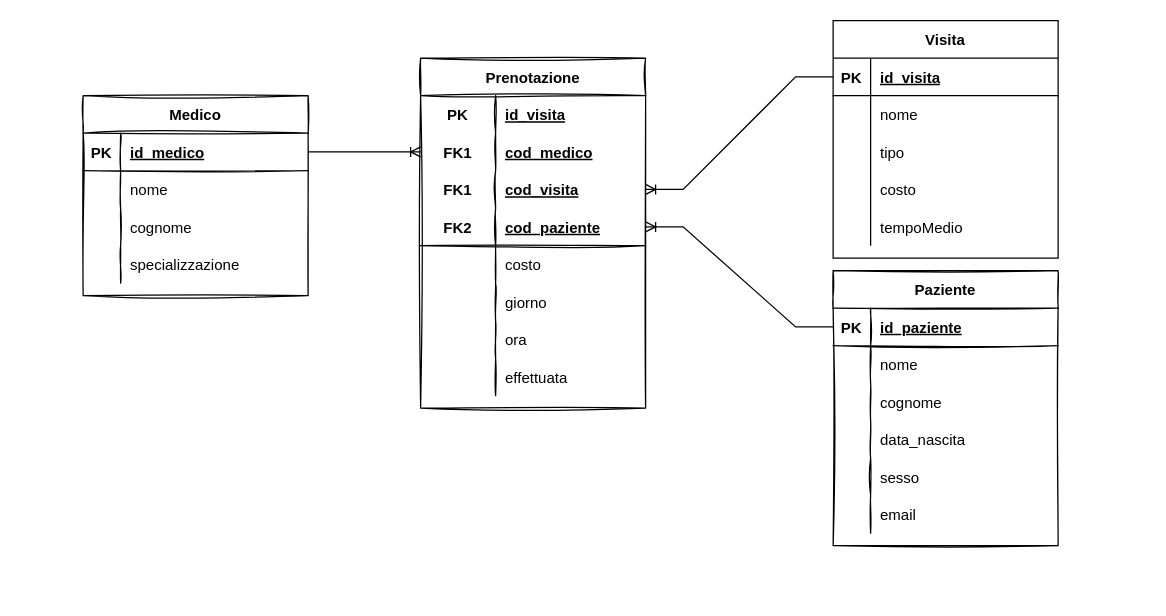
Above: SM.drawio in Alby7503/Studio-Medico (draw.io), before the change. Source tidied: cells renumbered, new cells numbered last; positions are measured from the earlier drawing's top-left corner, leaving out a move shared by most shapes. Both pictures are drawn from the tidied source at 125%, with x=0, y=0 at pixel (82, 20).
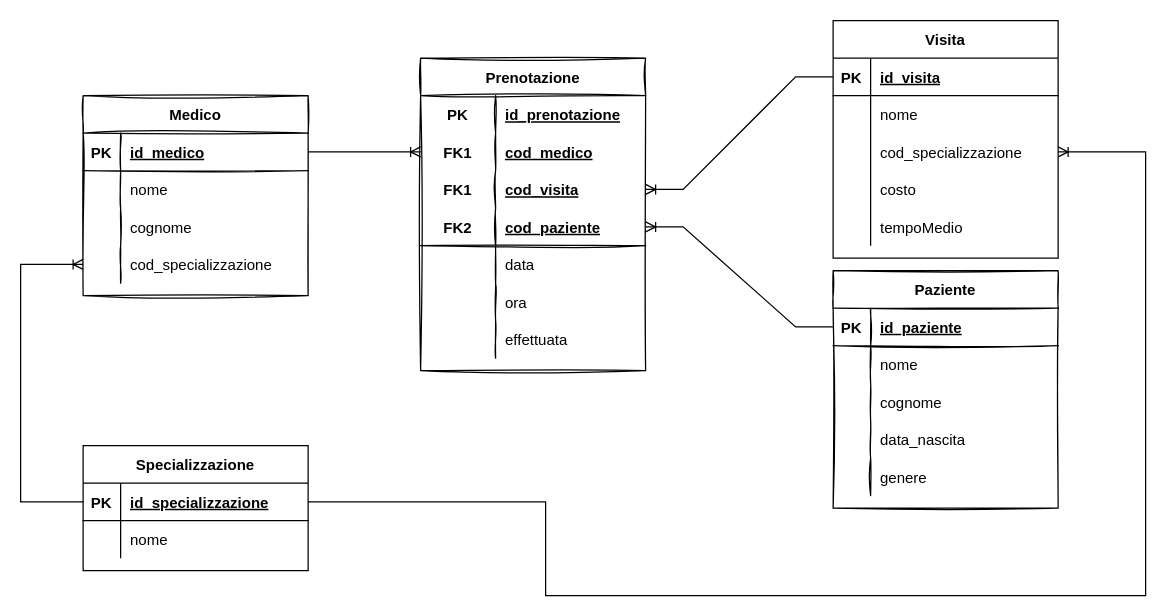
After the change.

The change refers to these unchanged cells:
```xml
<mxCell id="12" style="shape=partialRectangle;fillColor=none;top=0;left=0;bottom=0;right=0;points=[[0,0.5],[1,0.5]];portConstraint=eastwest;sketch=1;" parent="2" vertex="1">
  <mxGeometry y="120" width="180" height="30" as="geometry" />
</mxCell>
<mxCell id="16" style="shape=partialRectangle;fillColor=none;top=0;left=0;bottom=0;right=0;sketch=1;" parent="15" vertex="1">
  <mxGeometry y="30" width="180" height="30" as="geometry" />
</mxCell>
<mxCell id="53" style="shape=partialRectangle;fillColor=none;top=0;left=0;bottom=0;right=0;sketch=1;" parent="40" vertex="1">
  <mxGeometry y="150" width="180" height="30" as="geometry" />
</mxCell>
<mxCell id="66" style="shape=tableRow;horizontal=0;startSize=0;swimlaneHead=0;swimlaneBody=0;fillColor=none;points=[[0,0.5],[1,0.5]];portConstraint=eastwest;top=0;left=0;right=0;bottom=0;" parent="59" vertex="1">
  <mxGeometry y="90" width="180" height="30" as="geometry" />
</mxCell>
```

What changed in the source:
```diff
@@
-    <mxCell id="14" value="specializzazione" style="shape=partialRectangle;fillColor=none;top=0;left=0;bottom=0;right=0;align=left;spacingLeft=6;overflow=hidden;sketch=1;" parent="12" vertex="1">
+    <mxCell id="14" value="cod_specializzazione" style="shape=partialRectangle;fillColor=none;top=0;left=0;bottom=0;right=0;align=left;spacingLeft=6;overflow=hidden;sketch=1;" parent="12" vertex="1">
       <mxGeometry x="30" width="150" height="30" as="geometry" />
     </mxCell>
     <mxCell id="15" value="Prenotazione" style="shape=table;startSize=30;childLayout=tableLayout;rowLines=0;fontStyle=1;align=center;sketch=1;" parent="1" vertex="1">
-      <mxGeometry x="270" y="30" width="180" height="280" as="geometry" />
+      <mxGeometry x="270" y="30" width="180" height="250" as="geometry" />
     </mxCell>
@@
-    <mxCell id="18" value="id_visita" style="shape=partialRectangle;fillColor=none;top=0;left=0;bottom=0;right=0;align=left;spacingLeft=6;fontStyle=5;overflow=hidden;sketch=1;" parent="16" vertex="1">
+    <mxCell id="18" value="id_prenotazione" style="shape=partialRectangle;fillColor=none;top=0;left=0;bottom=0;right=0;align=left;spacingLeft=6;fontStyle=5;overflow=hidden;sketch=1;" parent="16" vertex="1">
       <mxGeometry x="60" width="120" height="30" as="geometry" />
     </mxCell>
@@
-    <mxCell id="28" style="shape=partialRectangle;fillColor=none;top=0;left=0;bottom=0;right=0;sketch=1;" parent="15" vertex="1">
-      <mxGeometry y="150" width="180" height="30" as="geometry" />
-    </mxCell>
-    <mxCell id="29" style="shape=partialRectangle;fillColor=none;top=0;left=0;bottom=0;right=0;overflow=hidden;sketch=1;" parent="28" vertex="1">
-      <mxGeometry width="60" height="30" as="geometry" />
-    </mxCell>
-    <mxCell id="30" value="costo" style="shape=partialRectangle;fillColor=none;top=0;left=0;bottom=0;right=0;align=left;spacingLeft=6;overflow=hidden;sketch=1;" parent="28" vertex="1">
-      <mxGeometry x="60" width="120" height="30" as="geometry" />
-    </mxCell>
     <mxCell id="31" style="shape=partialRectangle;fillColor=none;top=0;left=0;bottom=0;right=0;sketch=1;" parent="15" vertex="1">
-      <mxGeometry y="180" width="180" height="30" as="geometry" />
+      <mxGeometry y="150" width="180" height="30" as="geometry" />
     </mxCell>
@@
-    <mxCell id="33" value="giorno" style="shape=partialRectangle;fillColor=none;top=0;left=0;bottom=0;right=0;align=left;spacingLeft=6;overflow=hidden;sketch=1;" parent="31" vertex="1">
+    <mxCell id="33" value="data" style="shape=partialRectangle;fillColor=none;top=0;left=0;bottom=0;right=0;align=left;spacingLeft=6;overflow=hidden;sketch=1;" parent="31" vertex="1">
       <mxGeometry x="60" width="120" height="30" as="geometry" />
     </mxCell>
     <mxCell id="34" style="shape=partialRectangle;fillColor=none;top=0;left=0;bottom=0;right=0;sketch=1;" parent="15" vertex="1">
-      <mxGeometry y="210" width="180" height="30" as="geometry" />
+      <mxGeometry y="180" width="180" height="30" as="geometry" />
     </mxCell>
@@
     <mxCell id="37" style="shape=partialRectangle;fillColor=none;top=0;left=0;bottom=0;right=0;sketch=1;" parent="15" vertex="1">
-      <mxGeometry y="240" width="180" height="30" as="geometry" />
+      <mxGeometry y="210" width="180" height="30" as="geometry" />
     </mxCell>
@@
     <mxCell id="40" value="Paziente" style="shape=table;startSize=30;childLayout=tableLayout;rowLines=0;fontStyle=1;align=center;sketch=1;" parent="1" vertex="1">
-      <mxGeometry x="600" y="200" width="180" height="220" as="geometry" />
+      <mxGeometry x="600" y="200" width="180" height="190" as="geometry" />
     </mxCell>
@@
-    <mxCell id="55" value="sesso" style="shape=partialRectangle;fillColor=none;top=0;left=0;bottom=0;right=0;align=left;spacingLeft=6;overflow=hidden;sketch=1;" parent="53" vertex="1">
+    <mxCell id="55" value="genere" style="shape=partialRectangle;fillColor=none;top=0;left=0;bottom=0;right=0;align=left;spacingLeft=6;overflow=hidden;sketch=1;" parent="53" vertex="1">
       <mxGeometry x="30" width="150" height="30" as="geometry" />
     </mxCell>
-    <mxCell id="56" style="shape=partialRectangle;fillColor=none;top=0;left=0;bottom=0;right=0;sketch=1;" parent="40" vertex="1">
-      <mxGeometry y="180" width="180" height="30" as="geometry" />
-    </mxCell>
-    <mxCell id="57" style="shape=partialRectangle;fillColor=none;top=0;left=0;bottom=0;right=0;overflow=hidden;sketch=1;" parent="56" vertex="1">
-      <mxGeometry width="30" height="30" as="geometry" />
-    </mxCell>
-    <mxCell id="58" value="email" style="shape=partialRectangle;fillColor=none;top=0;left=0;bottom=0;right=0;align=left;spacingLeft=6;overflow=hidden;sketch=1;" parent="56" vertex="1">
-      <mxGeometry x="30" width="150" height="30" as="geometry" />
-    </mxCell>
@@
-    <mxCell id="68" value="tipo" style="shape=partialRectangle;fillColor=none;top=0;left=0;bottom=0;right=0;align=left;spacingLeft=6;overflow=hidden;" parent="66" vertex="1">
+    <mxCell id="68" value="cod_specializzazione" style="shape=partialRectangle;fillColor=none;top=0;left=0;bottom=0;right=0;align=left;spacingLeft=6;overflow=hidden;" parent="66" vertex="1">
       <mxGeometry x="30" width="150" height="30" as="geometry" />
     </mxCell>
@@
+    <mxCell id="78" value="Specializzazione" style="shape=table;startSize=30;childLayout=tableLayout;rowLines=0;fontStyle=1;align=center;" parent="1" vertex="1">
+      <mxGeometry y="340" width="180" height="100" as="geometry" />
+    </mxCell>
+    <mxCell id="79" style="shape=tableRow;horizontal=0;startSize=0;swimlaneHead=0;swimlaneBody=0;fillColor=none;points=[[0,0.5],[1,0.5]];portConstraint=eastwest;top=0;left=0;right=0;bottom=1;" parent="78" vertex="1">
+      <mxGeometry y="30" width="180" height="30" as="geometry" />
+    </mxCell>
+    <mxCell id="80" value="PK" style="shape=partialRectangle;fillColor=none;top=0;left=0;bottom=0;right=0;fontStyle=1;overflow=hidden;" parent="79" vertex="1">
+      <mxGeometry width="30" height="30" as="geometry" />
+    </mxCell>
+    <mxCell id="81" value="id_specializzazione" style="shape=partialRectangle;fillColor=none;top=0;left=0;bottom=0;right=0;align=left;spacingLeft=6;fontStyle=5;overflow=hidden;" parent="79" vertex="1">
+      <mxGeometry x="30" width="150" height="30" as="geometry" />
+    </mxCell>
+    <mxCell id="82" style="shape=tableRow;horizontal=0;startSize=0;swimlaneHead=0;swimlaneBody=0;fillColor=none;top=0;left=0;right=0;bottom=0;" parent="78" vertex="1">
+      <mxGeometry y="60" width="180" height="30" as="geometry" />
+    </mxCell>
+    <mxCell id="83" style="shape=partialRectangle;fillColor=none;top=0;left=0;bottom=0;right=0;overflow=hidden;" parent="82" vertex="1">
+      <mxGeometry width="30" height="30" as="geometry" />
+    </mxCell>
+    <mxCell id="84" value="nome" style="shape=partialRectangle;fillColor=none;top=0;left=0;bottom=0;right=0;align=left;spacingLeft=6;overflow=hidden;" parent="82" vertex="1">
+      <mxGeometry x="30" width="150" height="30" as="geometry" />
+    </mxCell>
+    <mxCell id="85" style="edgeStyle=orthogonalEdgeStyle;fontSize=12;html=1;endArrow=ERoneToMany;rounded=0;exitX=0;exitY=0.5;exitDx=0;exitDy=0;entryX=0;entryY=0.5;entryDx=0;entryDy=0;" parent="1" edge="1" source="79" target="12">
+      <mxGeometry relative="1" as="geometry">
+        <Array as="points">
+          <mxPoint x="-50" y="385" />
+          <mxPoint x="-50" y="195" />
+        </Array>
+      </mxGeometry>
+    </mxCell>
+    <mxCell id="86" style="edgeStyle=orthogonalEdgeStyle;fontSize=12;html=1;endArrow=ERoneToMany;rounded=0;exitX=1;exitY=0.5;exitDx=0;exitDy=0;entryX=1;entryY=0.5;entryDx=0;entryDy=0;" parent="1" edge="1" source="79" target="66">
+      <mxGeometry relative="1" as="geometry">
+        <Array as="points">
+          <mxPoint x="370" y="385" />
+          <mxPoint x="370" y="460" />
+          <mxPoint x="850" y="460" />
+          <mxPoint x="850" y="105" />
+        </Array>
+      </mxGeometry>
+    </mxCell>
```
